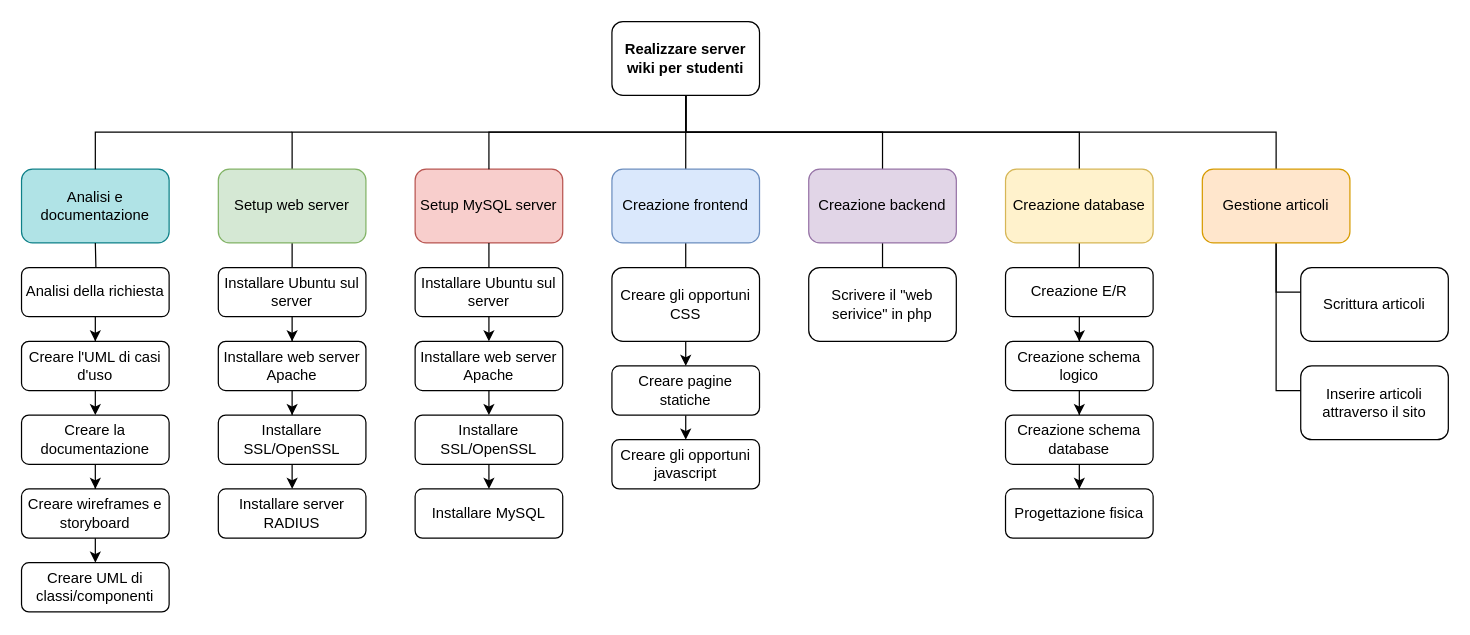
Before: project_management/wikistudenti_WBS.drawio in LucaAvveduto/5C_WikiStudenti_Avveduto_Barani_Brambilla_Cecire, a draw.io diagram. Source tidied: cells renumbered, new cells numbered last; positions are measured from the earlier drawing's top-left corner, leaving out a move shared by most shapes. Both pictures are drawn from the tidied source at 123%, with x=0, y=0 at pixel (21, 21).
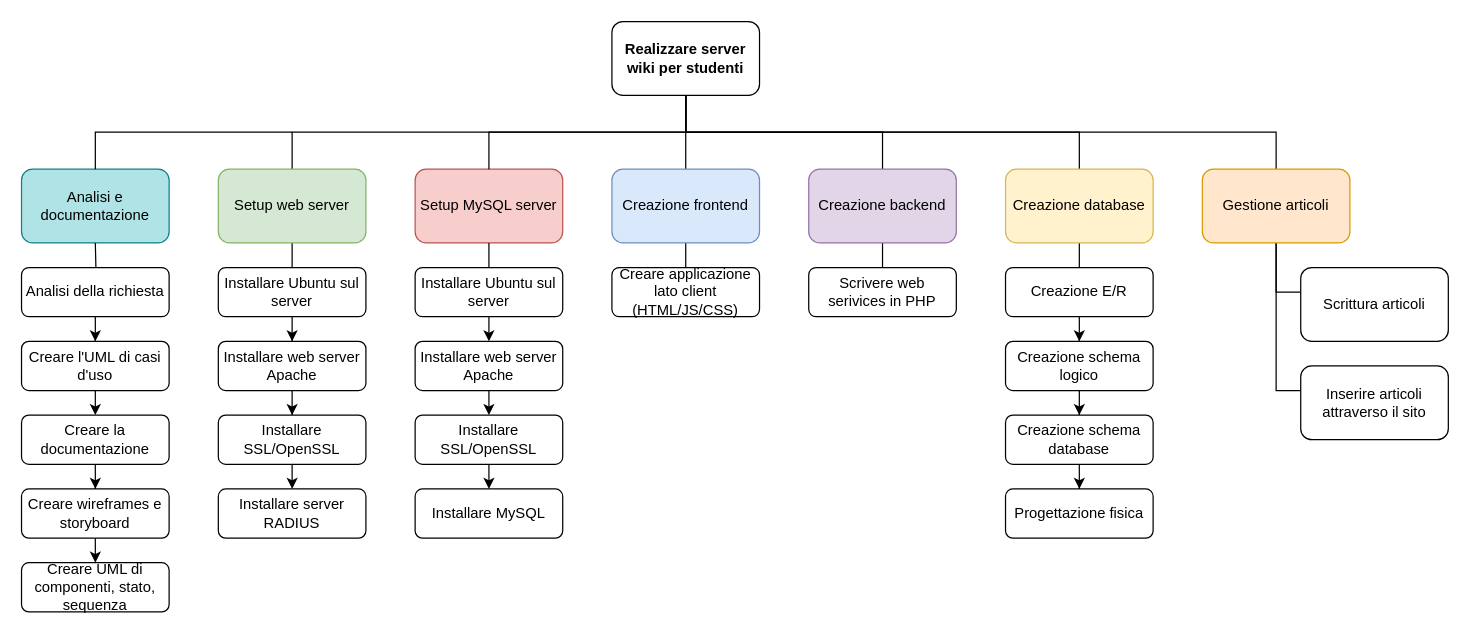
The same page after the edit.

The edit, as a diff of the source:
```diff
@@
-    <mxCell id="17" value="Creare gli opportuni CSS" style="rounded=1;whiteSpace=wrap;html=1;" parent="1" vertex="1">
-      <mxGeometry x="480" y="200" width="120" height="60" as="geometry" />
+    <mxCell id="17" value="Creare applicazione lato client (HTML/JS/CSS)" style="rounded=1;whiteSpace=wrap;html=1;" parent="1" vertex="1">
+      <mxGeometry x="480" y="200" width="120" height="40" as="geometry" />
     </mxCell>
@@
-    <mxCell id="35" value="&lt;span style=&quot;color: rgb(0, 0, 0);&quot;&gt;Scrivere il &quot;web serivice&quot; in php&lt;/span&gt;" style="rounded=1;whiteSpace=wrap;html=1;" parent="1" vertex="1">
-      <mxGeometry x="640" y="200" width="120" height="60" as="geometry" />
+    <mxCell id="35" value="&lt;span style=&quot;color: rgb(0, 0, 0);&quot;&gt;Scrivere web serivices in PHP&lt;/span&gt;" style="rounded=1;whiteSpace=wrap;html=1;" parent="1" vertex="1">
+      <mxGeometry x="640" y="200" width="120" height="40" as="geometry" />
     </mxCell>
@@
-    <mxCell id="57" value="Creare UML di classi/componenti" style="rounded=1;whiteSpace=wrap;html=1;" parent="1" vertex="1">
+    <mxCell id="57" value="Creare UML di componenti, stato, sequenza" style="rounded=1;whiteSpace=wrap;html=1;" parent="1" vertex="1">
       <mxGeometry y="440" width="120" height="40" as="geometry" />
     </mxCell>
-    <mxCell id="58" style="edgeStyle=none;html=1;" parent="1" edge="1" target="60">
-      <mxGeometry relative="1" as="geometry">
-        <mxPoint x="540" y="260" as="sourcePoint" />
-      </mxGeometry>
-    </mxCell>
-    <mxCell id="59" style="edgeStyle=none;html=1;" parent="1" edge="1" source="60" target="61">
-      <mxGeometry relative="1" as="geometry" />
-    </mxCell>
-    <mxCell id="60" value="&lt;span style=&quot;color: rgb(0, 0, 0);&quot;&gt;Creare pagine statiche&lt;/span&gt;" style="rounded=1;whiteSpace=wrap;html=1;" parent="1" vertex="1">
-      <mxGeometry x="480" y="280" width="120" height="40" as="geometry" />
-    </mxCell>
-    <mxCell id="61" value="Creare gli opportuni javascript" style="rounded=1;whiteSpace=wrap;html=1;" parent="1" vertex="1">
-      <mxGeometry x="480" y="340" width="120" height="40" as="geometry" />
-    </mxCell>
```
